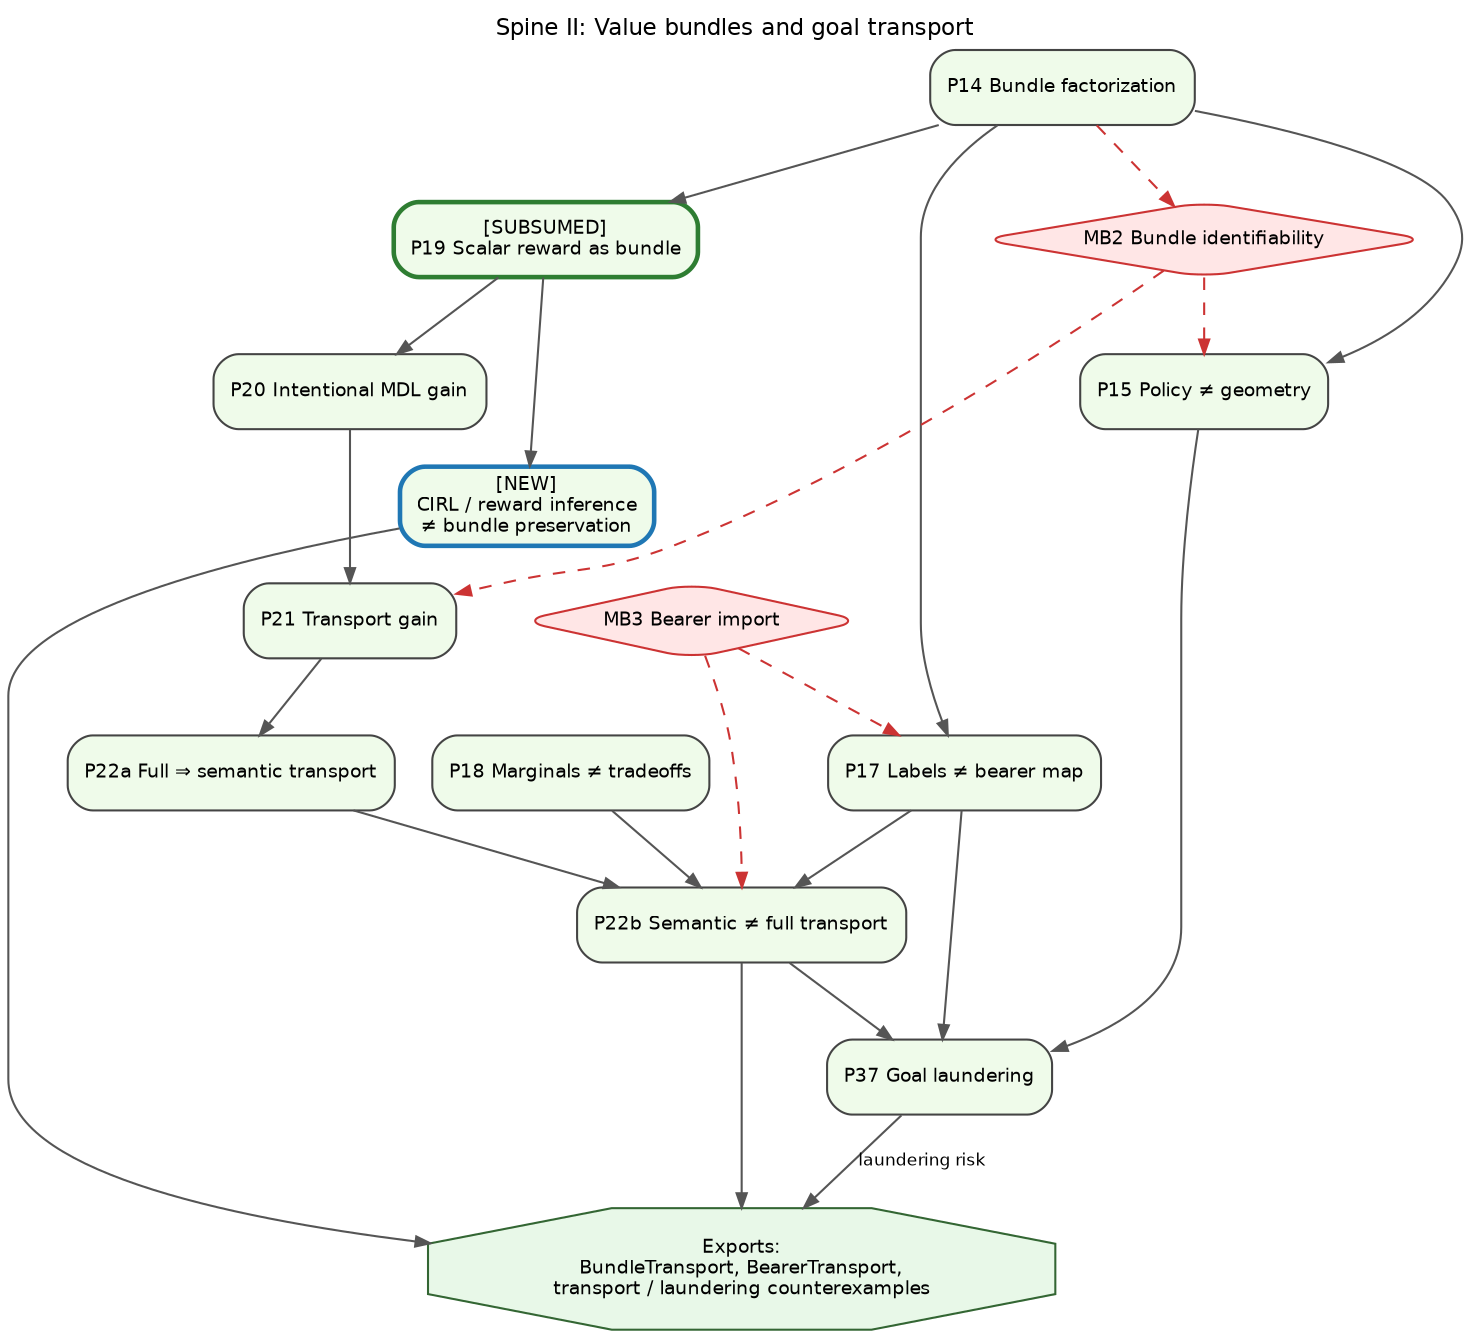
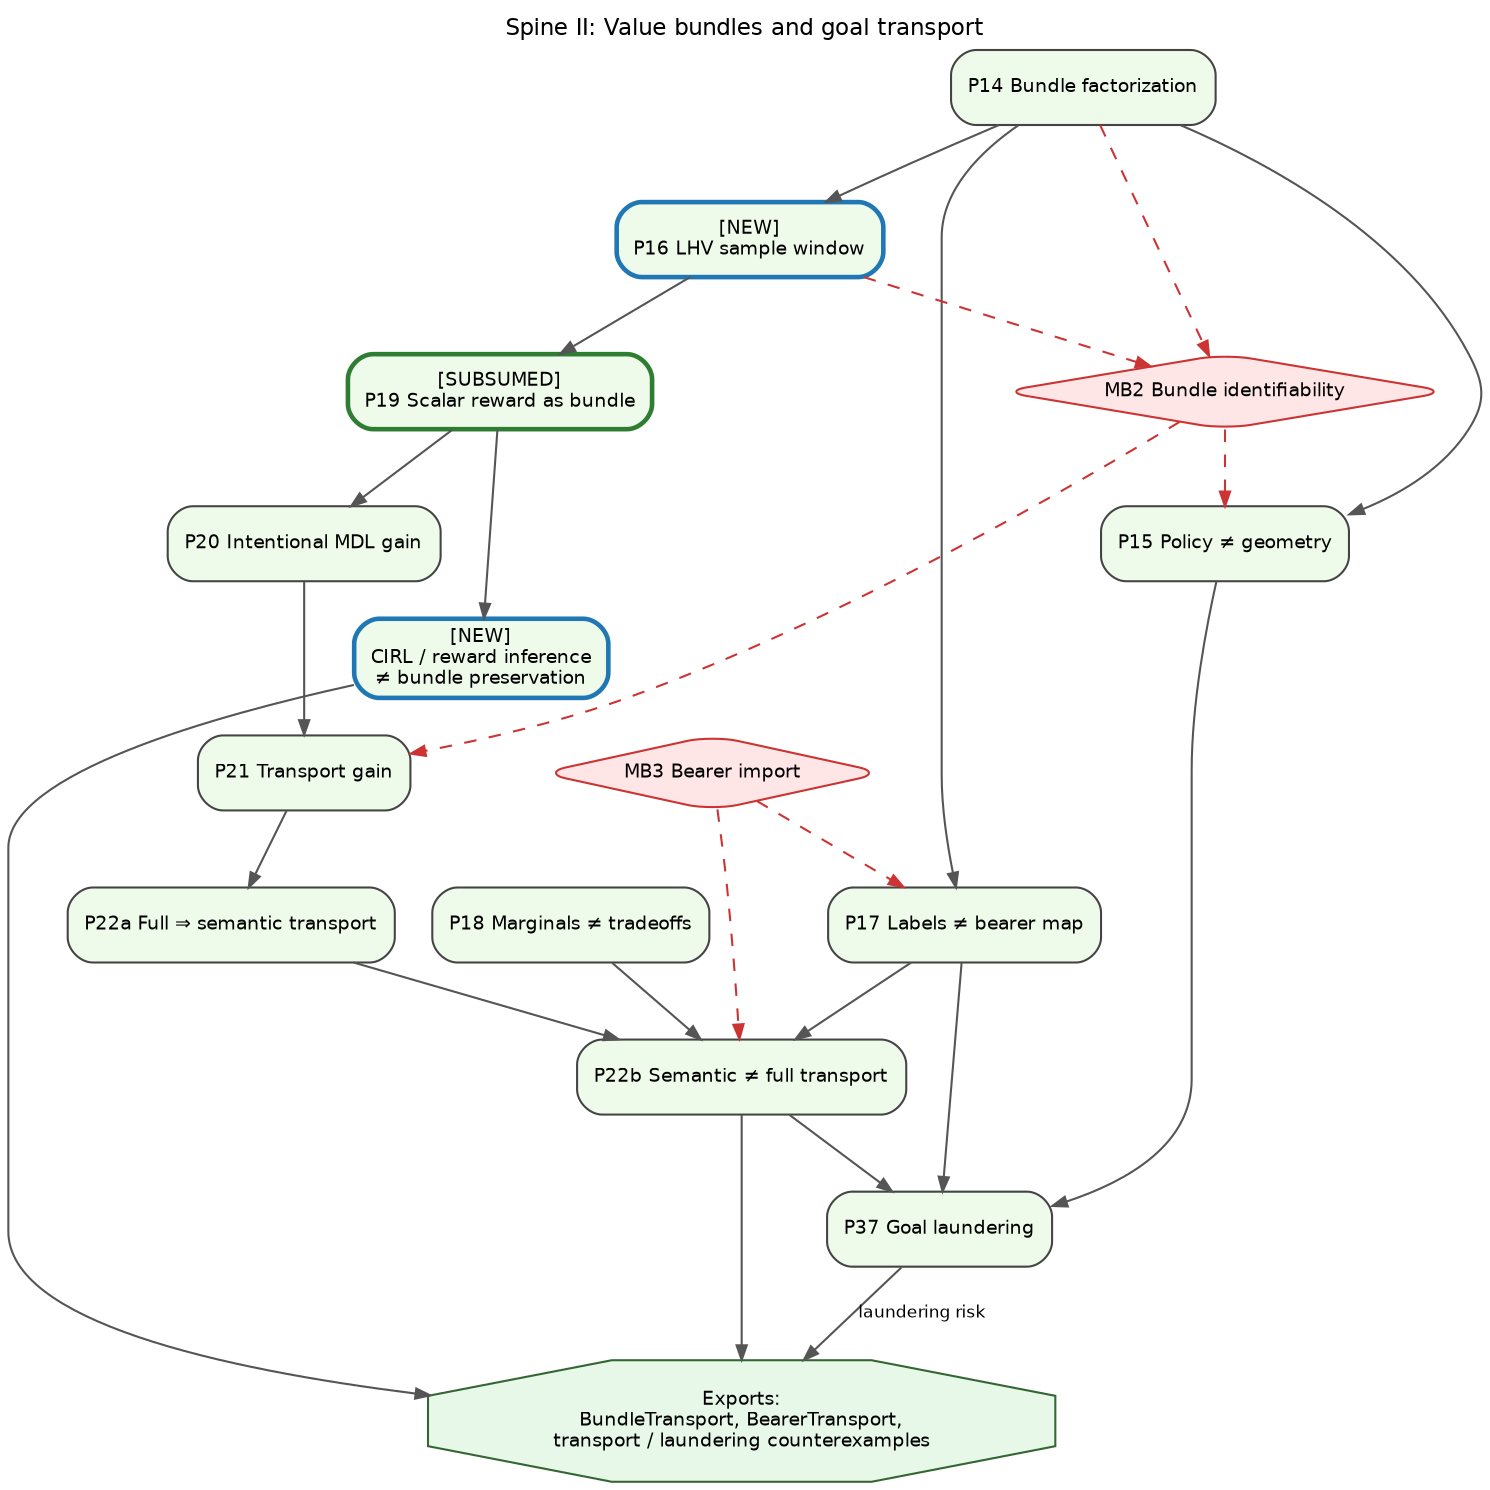
digraph Spine02ValueTransport {
  graph [
    rankdir=TB,
    bgcolor="white",
    splines=true,
    overlap=false,
    fontsize=11,
    fontname="Helvetica",
    label="Spine II: Value bundles and goal transport",
    labelloc="t"
  ];
  node [shape=box, style="rounded,filled", fontname="Helvetica", fontsize=9, color="#444444"];
  edge [fontname="Helvetica", fontsize=8, color="#555555", arrowsize=0.7];

  P14 [label="P14 Bundle factorization", fillcolor="#EFFBEA"];
  P15 [label="P15 Policy ≠ geometry", fillcolor="#EFFBEA"];
+   P16 [label="[NEW]\nP16 LHV sample window", fillcolor="#EFFBEA", color="#1F77B4", penwidth=2.2];
  P17 [label="P17 Labels ≠ bearer map", fillcolor="#EFFBEA"];
  P18 [label="P18 Marginals ≠ tradeoffs", fillcolor="#EFFBEA"];
  P19 [label="[SUBSUMED]\nP19 Scalar reward as bundle", fillcolor="#EFFBEA", color="#2E7D32", penwidth=2.2];
  PCIRL [label="[NEW]\nCIRL / reward inference\n≠ bundle preservation", fillcolor="#EFFBEA", color="#1F77B4", penwidth=2.2];
  P20 [label="P20 Intentional MDL gain", fillcolor="#EFFBEA"];
  P21 [label="P21 Transport gain", fillcolor="#EFFBEA"];
  P22a [label="P22a Full ⇒ semantic transport", fillcolor="#EFFBEA"];
  P22b [label="P22b Semantic ≠ full transport", fillcolor="#EFFBEA"];
  P37 [label="P37 Goal laundering", fillcolor="#EFFBEA"];

  MB2 [shape=diamond, fillcolor="#FFE6E6", color="#CC3333", label="MB2 Bundle identifiability"];
  MB3 [shape=diamond, fillcolor="#FFE6E6", color="#CC3333", label="MB3 Bearer import"];

  OUT [shape=octagon, style="filled", fillcolor="#E8F8E8", color="#336633",
       label="Exports:\nBundleTransport, BearerTransport,\ntransport / laundering counterexamples"];

  P14 -> P15;
+   P14 -> P16;
  P14 -> P17;
-   P14 -> P19 -> P20 -> P21 -> P22a -> P22b;
+   P16 -> P19 -> P20 -> P21 -> P22a -> P22b;
  P19 -> PCIRL;
  P17 -> P22b;
  P18 -> P22b;
  P15 -> P37;
  P17 -> P37;
  P22b -> P37;

  P14 -> MB2 [style=dashed, color="#CC3333"];
+   P16 -> MB2 [style=dashed, color="#CC3333"];
  MB2 -> P15 [style=dashed, color="#CC3333"];
  MB2 -> P21 [style=dashed, color="#CC3333"];
  MB3 -> P17 [style=dashed, color="#CC3333"];
  MB3 -> P22b [style=dashed, color="#CC3333"];

  P22b -> OUT;
  PCIRL -> OUT;
  P37 -> OUT [label="laundering risk"];
}
